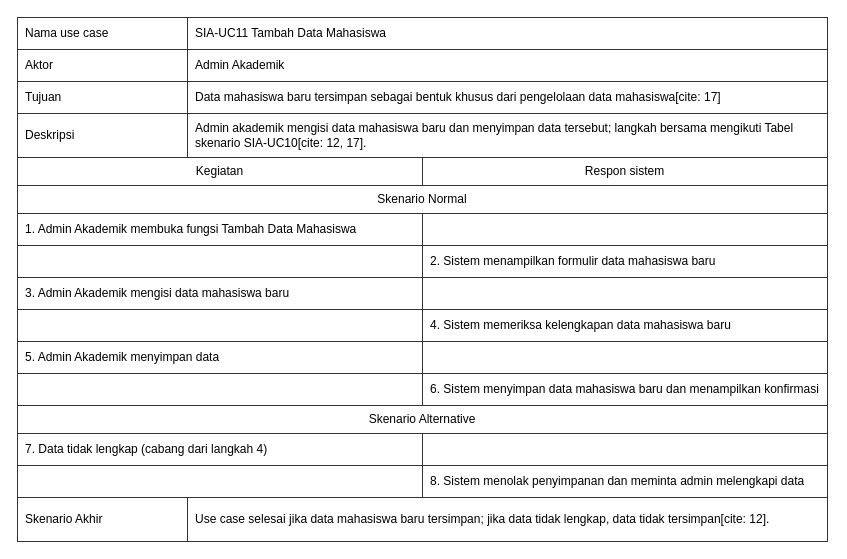
The draw.io diagram page "SIA-UC011" (5 of 7) of 04_model_analisi/P05/SIA/P05_2406100_SIA_usrcase_v01.drawio in 2406100-rgb/IFRWP5149_2406100_LabAlat, before the edit. Source tidied: cells renumbered, new cells numbered last; positions are measured from the earlier drawing's top-left corner, leaving out a move shared by most shapes. Both pictures are drawn from the tidied source at 100%, with x=0, y=0 at pixel (17, 17).
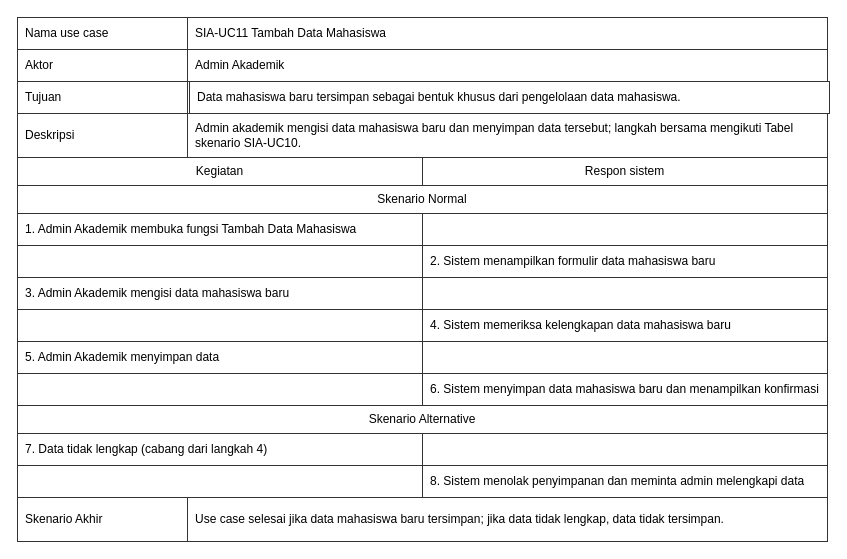
The same page after the edit.

Change to the diagram source:
```diff
@@
-    <mxCell id="7" value="Data mahasiswa baru tersimpan sebagai bentuk khusus dari pengelolaan data mahasiswa[cite: 17]" style="rounded=0;whiteSpace=wrap;html=1;align=left;verticalAlign=middle;spacingLeft=6;spacingRight=6;fontSize=12;strokeColor=#333333;fillColor=#ffffff;" parent="1" vertex="1">
-      <mxGeometry x="170" y="64" width="640" height="32" as="geometry" />
+    <mxCell id="7" value="Data mahasiswa baru tersimpan sebagai bentuk khusus dari pengelolaan data mahasiswa." style="rounded=0;whiteSpace=wrap;html=1;align=left;verticalAlign=middle;spacingLeft=6;spacingRight=6;fontSize=12;strokeColor=#333333;fillColor=#ffffff;" parent="1" vertex="1">
+      <mxGeometry x="172" y="64" width="640" height="32" as="geometry" />
     </mxCell>
@@
-    <mxCell id="9" value="Admin akademik mengisi data mahasiswa baru dan menyimpan data tersebut; langkah bersama mengikuti Tabel skenario SIA-UC10[cite: 12, 17]." style="rounded=0;whiteSpace=wrap;html=1;align=left;verticalAlign=middle;spacingLeft=6;spacingRight=6;fontSize=12;strokeColor=#333333;fillColor=#ffffff;" parent="1" vertex="1">
+    <mxCell id="9" value="Admin akademik mengisi data mahasiswa baru dan menyimpan data tersebut; langkah bersama mengikuti Tabel skenario SIA-UC10." style="rounded=0;whiteSpace=wrap;html=1;align=left;verticalAlign=middle;spacingLeft=6;spacingRight=6;fontSize=12;strokeColor=#333333;fillColor=#ffffff;" parent="1" vertex="1">
       <mxGeometry x="170" y="96" width="640" height="44" as="geometry" />
     </mxCell>
@@
-    <mxCell id="31" value="Use case selesai jika data mahasiswa baru tersimpan; jika data tidak lengkap, data tidak tersimpan[cite: 12]." style="rounded=0;whiteSpace=wrap;html=1;align=left;verticalAlign=middle;spacingLeft=6;spacingRight=6;fontSize=12;strokeColor=#333333;fillColor=#ffffff;" parent="1" vertex="1">
+    <mxCell id="31" value="Use case selesai jika data mahasiswa baru tersimpan; jika data tidak lengkap, data tidak tersimpan." style="rounded=0;whiteSpace=wrap;html=1;align=left;verticalAlign=middle;spacingLeft=6;spacingRight=6;fontSize=12;strokeColor=#333333;fillColor=#ffffff;" parent="1" vertex="1">
       <mxGeometry x="170" y="480" width="640" height="44" as="geometry" />
     </mxCell>
```
